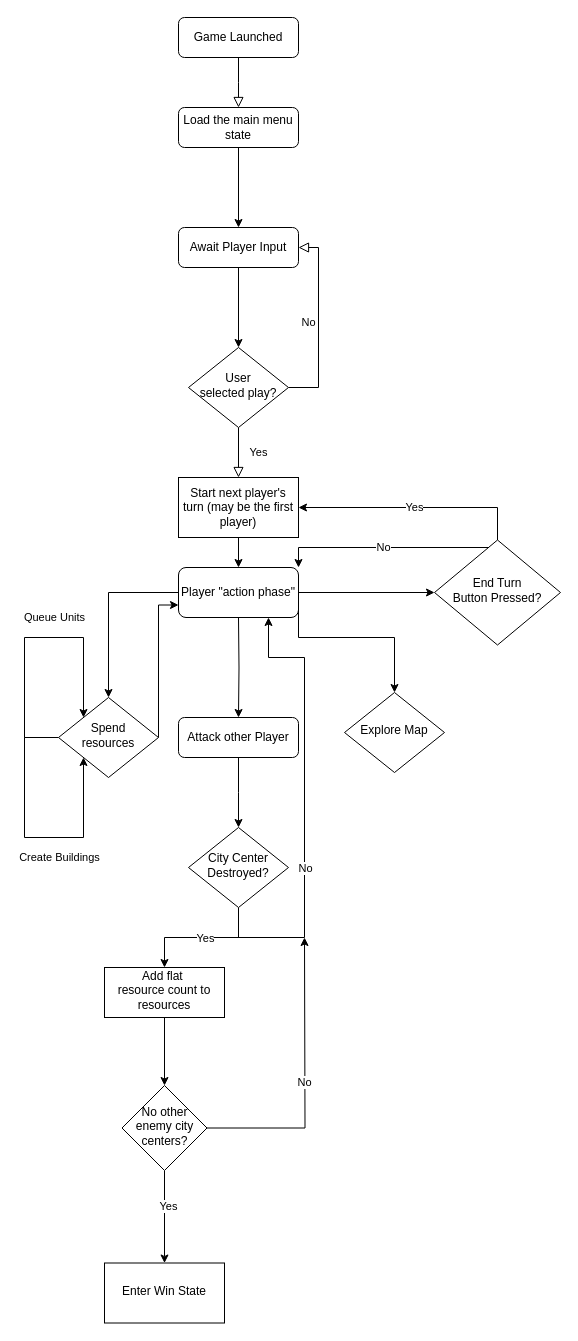
Earlier version of the draw.io diagram draw.io/Basic Game flow.drawio (bezmuth/civ-like-a). Source tidied: cells renumbered, new cells numbered last; positions are measured from the earlier drawing's top-left corner, leaving out a move shared by most shapes. Both pictures are drawn from the tidied source at 100%, with x=0, y=0 at pixel (24, 17).
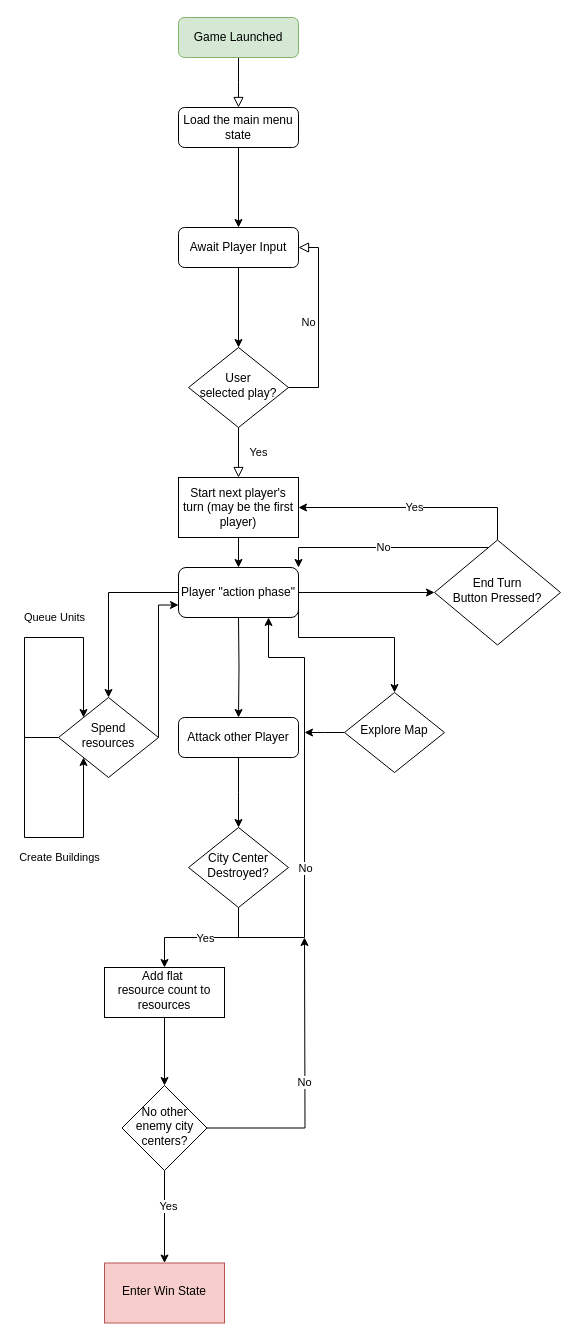
After the change.

Unchanged cells that the change refers to:
```xml
<mxCell id="18" value="Explore Map" style="rhombus;whiteSpace=wrap;html=1;shadow=0;fontFamily=Helvetica;fontSize=12;align=center;strokeWidth=1;spacing=6;spacingTop=-4;" parent="1" vertex="1">
  <mxGeometry x="320" y="675" width="100" height="80" as="geometry" />
</mxCell>
```

What changed in the source:
```diff
@@
-    <mxCell id="3" value="Game Launched" style="rounded=1;whiteSpace=wrap;html=1;fontSize=12;glass=0;strokeWidth=1;shadow=0;" parent="1" vertex="1">
+    <mxCell id="3" value="Game Launched" style="rounded=1;whiteSpace=wrap;html=1;fontSize=12;glass=0;strokeWidth=1;shadow=0;fillColor=#d5e8d4;strokeColor=#82b366;" parent="1" vertex="1">
       <mxGeometry x="154" width="120" height="40" as="geometry" />
     </mxCell>
@@
+    <mxCell id="40" style="edgeStyle=orthogonalEdgeStyle;rounded=0;jettySize=auto;html=1;" parent="1" edge="1" source="18">
+      <mxGeometry relative="1" as="geometry">
+        <mxPoint x="280" y="715" as="targetPoint" />
+      </mxGeometry>
+    </mxCell>
@@
-    <mxCell id="34" value="Enter Win State" style="whiteSpace=wrap;html=1;shadow=0;strokeWidth=1;spacing=6;spacingTop=-4;" parent="1" vertex="1">
+    <mxCell id="34" value="Enter Win State" style="whiteSpace=wrap;html=1;shadow=0;strokeWidth=1;spacing=6;spacingTop=-4;fillColor=#f8cecc;strokeColor=#b85450;" parent="1" vertex="1">
       <mxGeometry x="80" y="1245.5" width="120" height="60" as="geometry" />
     </mxCell>
```
